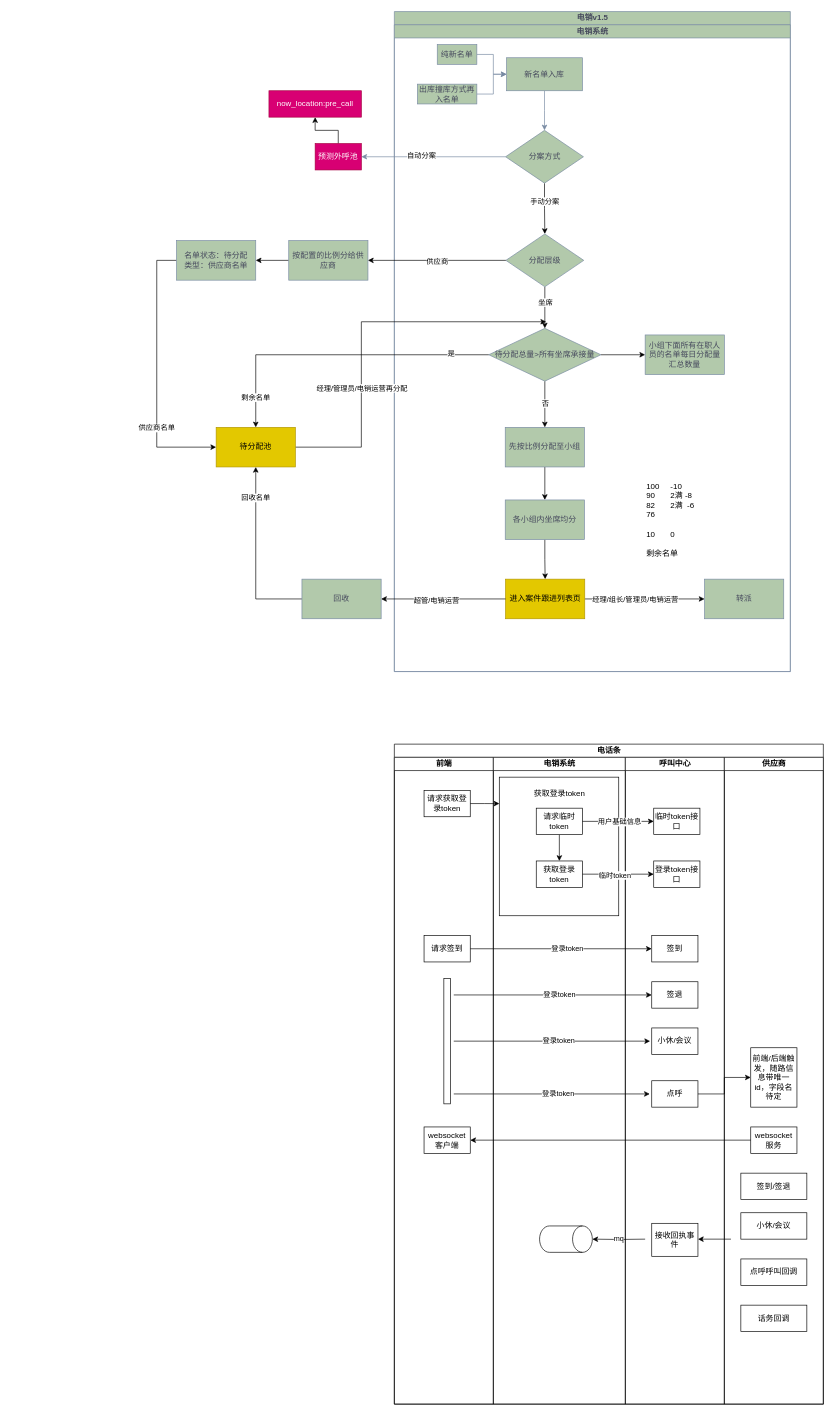
yuanlj-tea/picgo keeps this draw.io diagram as 电销v1.5泳道图.drawio. Above is the earlier version. Source tidied: cells renumbered, new cells numbered last; positions are measured from the earlier drawing's top-left corner, leaving out a move shared by most shapes. Both pictures are drawn from the tidied source at 66%, with x=0, y=0 at pixel (156, 11).
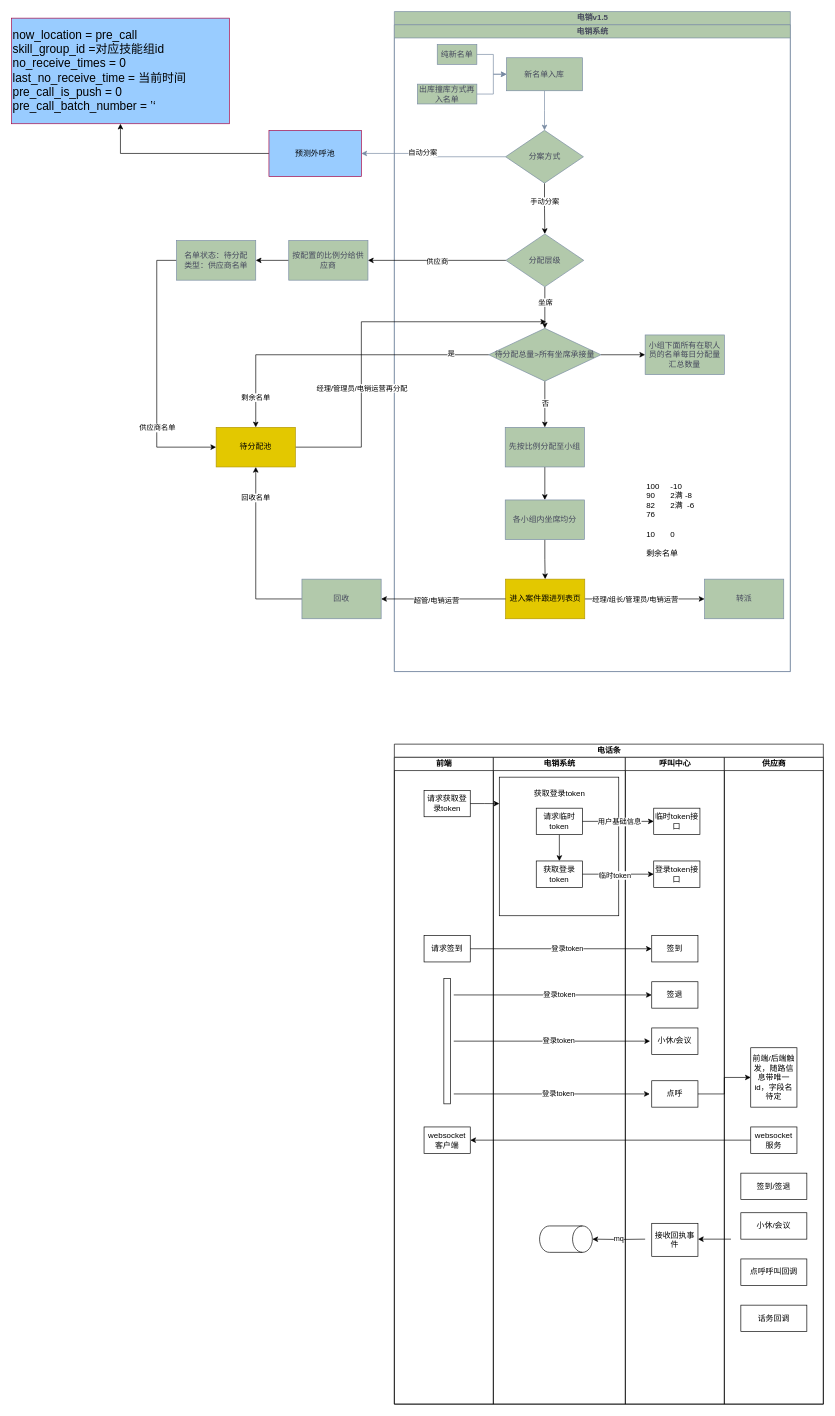
The same page after the edit.

Commit message:
更新电销v1.5泳道图.drawio

What changed in the source:
```diff
@@
-    <mxCell id="33" value="预测外呼池" style="whiteSpace=wrap;html=1;fillColor=#d80073;strokeColor=#A50040;labelBackgroundColor=none;fontColor=#ffffff;" parent="1" vertex="1">
-      <mxGeometry x="240" y="200" width="70" height="40" as="geometry" />
+    <mxCell id="33" value="&lt;font color=&quot;#000000&quot;&gt;预测外呼池&lt;/font&gt;" style="whiteSpace=wrap;html=1;fillColor=#99CCFF;strokeColor=#A50040;labelBackgroundColor=none;fontColor=#ffffff;gradientColor=none;" parent="1" vertex="1">
+      <mxGeometry x="170" y="180" width="140" height="70" as="geometry" />
     </mxCell>
@@
-    <mxCell id="36" value="now_location:pre_call" style="html=1;fillColor=#d80073;strokeColor=#A50040;labelBackgroundColor=none;fontColor=#ffffff;whiteSpace=wrap;" parent="1" vertex="1">
-      <mxGeometry x="170" y="120" width="140" height="40" as="geometry" />
+    <mxCell id="36" value="&lt;font style=&quot;font-size: 18px;&quot; color=&quot;#000000&quot;&gt;now_location = pre_call&lt;br&gt;skill_group_id =对应技能组id&lt;br&gt;no_receive_times = 0&lt;br&gt;last_no_receive_time = 当前时间&lt;br&gt;pre_call_is_push = 0&lt;br&gt;pre_call_batch_number = ’‘&lt;br&gt;&lt;/font&gt;" style="html=1;fillColor=#99CCFF;strokeColor=#A50040;labelBackgroundColor=none;fontColor=#ffffff;whiteSpace=wrap;align=left;" parent="1" vertex="1">
+      <mxGeometry x="-220" y="10" width="330" height="160" as="geometry" />
     </mxCell>
```
